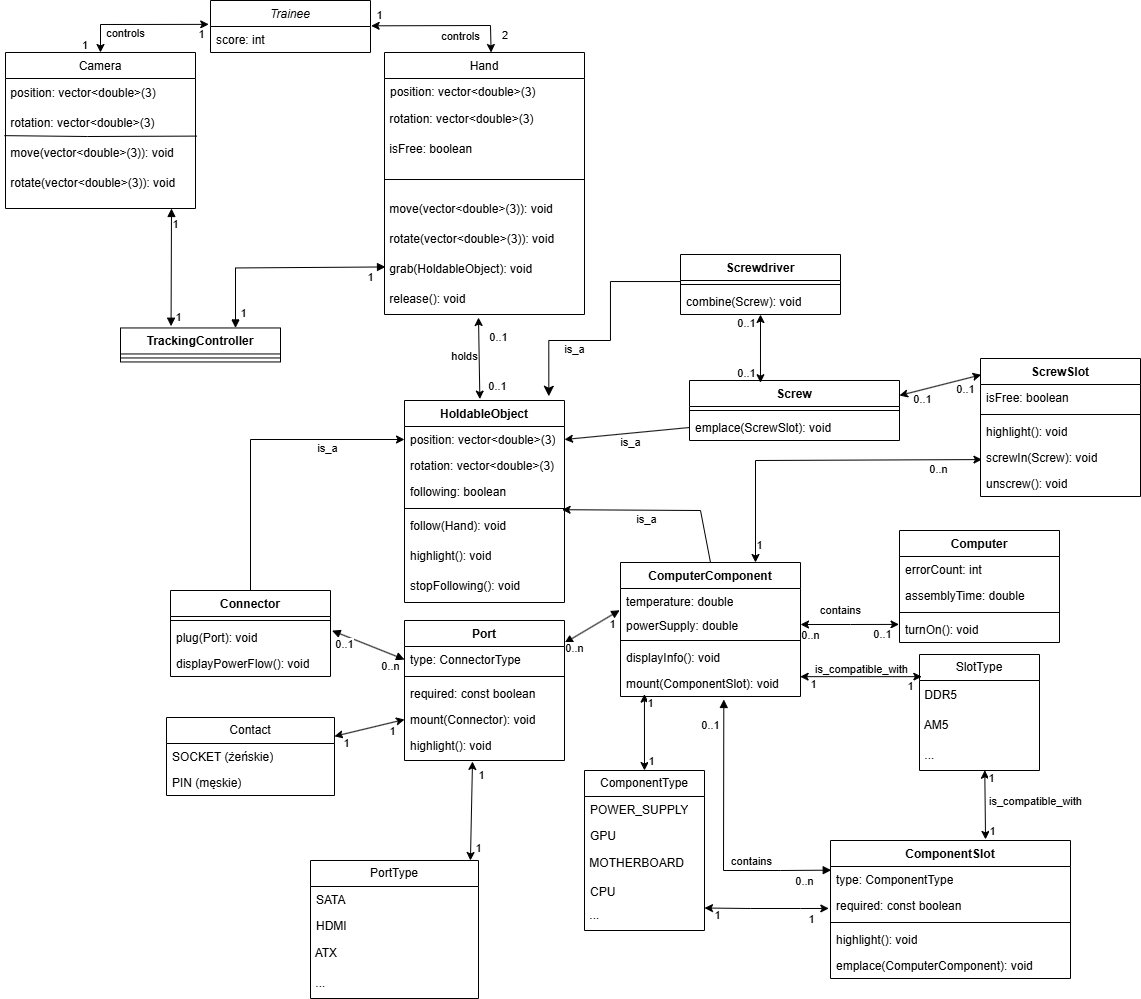
This is Images/Class_diagram.png from dopp1e/diploma, a draw.io export, as it was before one commit. Source tidied: cells renumbered, new cells last; positions are measured from the earlier drawing's top-left corner, leaving out a move shared by most shapes.
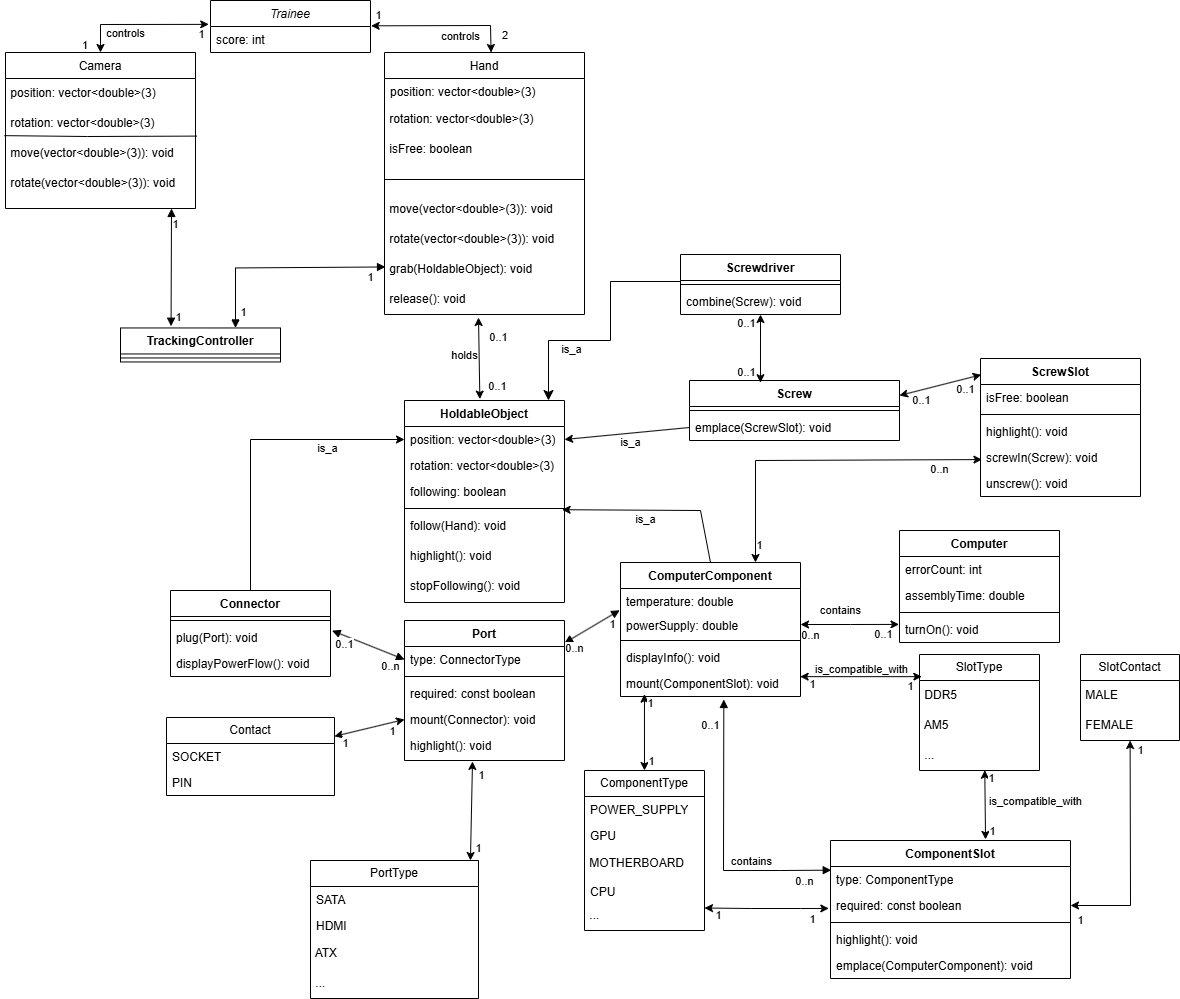
Above is the later version.

The edit, as a diff of the source:
```diff
@@ -356,7 +356,7 @@
     <mxCell id="95" value="combine(Screw): void" style="text;strokeColor=none;fillColor=none;align=left;verticalAlign=top;spacingLeft=4;spacingRight=4;overflow=hidden;points=[[0,0.5],[1,0.5]];portConstraint=eastwest;whiteSpace=wrap;html=1;" parent="93" vertex="1">
       <mxGeometry y="34" width="160" height="26" as="geometry" />
     </mxCell>
-    <mxCell id="96" style="edgeStyle=segmentEdgeStyle;endArrow=classic;html=1;curved=0;rounded=0;endSize=8;startSize=8;entryX=0.902;entryY=-0.021;entryDx=0;entryDy=0;entryPerimeter=0;" parent="1" edge="1" source="93" target="44">
+    <mxCell id="96" style="edgeStyle=segmentEdgeStyle;endArrow=classic;html=1;curved=0;rounded=0;endSize=8;startSize=8;" parent="1" edge="1" source="93" target="44">
       <mxGeometry relative="1" as="geometry">
         <Array as="points">
           <mxPoint x="610" y="281" />
@@ -470,10 +470,10 @@
     <mxCell id="123" value="Contact" style="swimlane;fontStyle=0;horizontal=1;startSize=26;fillColor=none;whiteSpace=wrap;html=1;" parent="1" vertex="1">
       <mxGeometry x="166" y="717" width="168" height="78" as="geometry" />
     </mxCell>
-    <mxCell id="124" value="SOCKET (żeńskie)" style="text;strokeColor=none;fillColor=none;align=left;verticalAlign=top;spacingLeft=4;spacingRight=4;overflow=hidden;whiteSpace=wrap;html=1;" parent="123" vertex="1">
+    <mxCell id="124" value="SOCKET" style="text;strokeColor=none;fillColor=none;align=left;verticalAlign=top;spacingLeft=4;spacingRight=4;overflow=hidden;whiteSpace=wrap;html=1;" parent="123" vertex="1">
       <mxGeometry y="26" width="168" height="26" as="geometry" />
     </mxCell>
-    <mxCell id="125" value="PIN (męskie)" style="text;strokeColor=none;fillColor=none;align=left;verticalAlign=top;spacingLeft=4;spacingRight=4;overflow=hidden;whiteSpace=wrap;html=1;" parent="123" vertex="1">
+    <mxCell id="125" value="PIN" style="text;strokeColor=none;fillColor=none;align=left;verticalAlign=top;spacingLeft=4;spacingRight=4;overflow=hidden;whiteSpace=wrap;html=1;" parent="123" vertex="1">
       <mxGeometry y="52" width="168" height="26" as="geometry" />
     </mxCell>
     <mxCell id="126" style="endArrow=classic;startArrow=classic;html=1;entryX=0;entryY=0.5;entryDx=0;entryDy=0;" parent="1" edge="1" source="123" target="69">
@@ -599,5 +599,31 @@
         <mxPoint x="7" y="10" as="offset" />
       </mxGeometry>
     </mxCell>
+    <mxCell id="153" value="SlotContact" style="swimlane;fontStyle=0;horizontal=1;startSize=26;fillColor=none;whiteSpace=wrap;html=1;" parent="1" vertex="1">
+      <mxGeometry x="1080" y="654" width="99" height="86" as="geometry" />
+    </mxCell>
+    <mxCell id="154" value="&amp;nbsp;MALE" style="text;html=1;align=left;verticalAlign=middle;whiteSpace=wrap;rounded=0;" parent="153" vertex="1">
+      <mxGeometry y="26" width="99" height="30" as="geometry" />
+    </mxCell>
+    <mxCell id="155" value="&amp;nbsp;FEMALE" style="text;html=1;align=left;verticalAlign=middle;whiteSpace=wrap;rounded=0;" parent="153" vertex="1">
+      <mxGeometry y="56" width="99" height="30" as="geometry" />
+    </mxCell>
+    <mxCell id="156" style="endArrow=classic;startArrow=classic;html=1;rounded=0;entryX=1;entryY=0.5;entryDx=0;entryDy=0;" parent="1" edge="1" source="153" target="79">
+      <mxGeometry relative="1" as="geometry">
+        <Array as="points">
+          <mxPoint x="1130" y="905" />
+        </Array>
+      </mxGeometry>
+    </mxCell>
+    <mxCell id="157" value="1" style="edgeLabel;html=1;align=center;verticalAlign=middle;" parent="156" vertex="1">
+      <mxGeometry x="-0.52" y="2" relative="1" as="geometry">
+        <mxPoint x="8" y="-44" as="offset" />
+      </mxGeometry>
+    </mxCell>
+    <mxCell id="158" value="1" style="edgeLabel;html=1;align=center;verticalAlign=middle;" parent="156" vertex="1">
+      <mxGeometry x="0.76" y="-1" relative="1" as="geometry">
+        <mxPoint x="-17" y="16" as="offset" />
+      </mxGeometry>
+    </mxCell>
   </root>
 </mxGraphModel>
```
